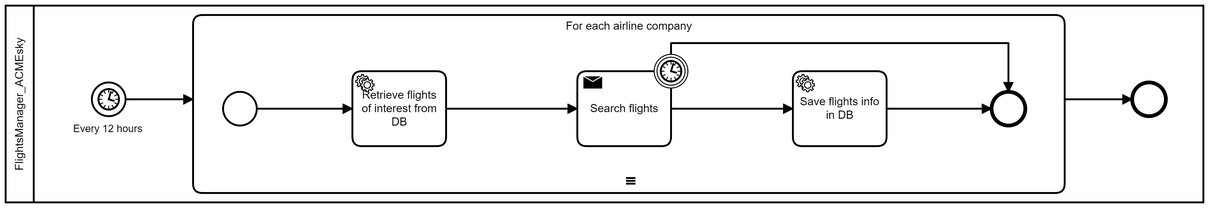
The BPMN diagram docs/bpmn/SearchFlights.png in Vallasc/ACMEsky, before a commit. Its source is kept beside it as docs/bpmn/SearchFlights.bpmn. Ids are renumbered. Source of this version:
```xml
<bpmn:definitions xmlns:bpmn="http://www.omg.org/spec/BPMN/20100524/MODEL" xmlns:bpmndi="http://www.omg.org/spec/BPMN/20100524/DI" xmlns:dc="http://www.omg.org/spec/DD/20100524/DC" xmlns:camunda="http://camunda.org/schema/1.0/bpmn" xmlns:di="http://www.omg.org/spec/DD/20100524/DI" xmlns:xsi="http://www.w3.org/2001/XMLSchema-instance" id="Definitions_n1" targetNamespace="http://bpmn.io/schema/bpmn" exporter="Camunda Modeler" exporterVersion="4.3.0">
  <bpmn:collaboration id="Collaboration_n2">
    <bpmn:participant id="Participant_n3" name="FlightsManager_ACMEsky" processRef="Process_n4" />
  </bpmn:collaboration>
  <bpmn:process id="Process_n4" isExecutable="true">
    <bpmn:endEvent id="Event_n5">
      <bpmn:incoming>Flow_n6</bpmn:incoming>
    </bpmn:endEvent>
    <bpmn:startEvent id="Event_n7" name="Every  12 hours">
      <bpmn:outgoing>Flow_n8</bpmn:outgoing>
      <bpmn:timerEventDefinition id="TimerEventDefinition_n9" />
    </bpmn:startEvent>
    <bpmn:subProcess id="Activity_n10" name="For each airline company">
      <bpmn:incoming>Flow_n8</bpmn:incoming>
      <bpmn:outgoing>Flow_n6</bpmn:outgoing>
      <bpmn:multiInstanceLoopCharacteristics isSequential="true" />
      <bpmn:startEvent id="Event_n11">
        <bpmn:outgoing>Flow_n12</bpmn:outgoing>
      </bpmn:startEvent>
      <bpmn:endEvent id="Event_n13">
        <bpmn:incoming>Flow_n14</bpmn:incoming>
        <bpmn:incoming>Flow_n15</bpmn:incoming>
      </bpmn:endEvent>
      <bpmn:sendTask id="Activity_n16" name="Search flights" camunda:class="">
        <bpmn:incoming>Flow_n17</bpmn:incoming>
        <bpmn:outgoing>Flow_n18</bpmn:outgoing>
      </bpmn:sendTask>
      <bpmn:serviceTask id="Activity_n19" name="Retrieve flights of interest from DB">
        <bpmn:incoming>Flow_n12</bpmn:incoming>
        <bpmn:outgoing>Flow_n17</bpmn:outgoing>
      </bpmn:serviceTask>
      <bpmn:serviceTask id="Activity_n20" name="Save flights info in DB">
        <bpmn:incoming>Flow_n18</bpmn:incoming>
        <bpmn:outgoing>Flow_n15</bpmn:outgoing>
        <bpmn:property id="Property_n21" name="__targetRef_placeholder" />
      </bpmn:serviceTask>
      <bpmn:boundaryEvent id="Event_n22" attachedToRef="Activity_n16">
        <bpmn:outgoing>Flow_n14</bpmn:outgoing>
        <bpmn:timerEventDefinition id="TimerEventDefinition_n23" />
      </bpmn:boundaryEvent>
      <bpmn:sequenceFlow id="Flow_n14" sourceRef="Event_n22" targetRef="Event_n13" />
      <bpmn:sequenceFlow id="Flow_n18" sourceRef="Activity_n16" targetRef="Activity_n20" />
      <bpmn:sequenceFlow id="Flow_n12" sourceRef="Event_n11" targetRef="Activity_n19" />
      <bpmn:sequenceFlow id="Flow_n17" sourceRef="Activity_n19" targetRef="Activity_n16" />
      <bpmn:sequenceFlow id="Flow_n15" sourceRef="Activity_n20" targetRef="Event_n13" />
    </bpmn:subProcess>
    <bpmn:sequenceFlow id="Flow_n6" sourceRef="Activity_n10" targetRef="Event_n5" />
    <bpmn:sequenceFlow id="Flow_n8" sourceRef="Event_n7" targetRef="Activity_n10" />
  </bpmn:process>
  <bpmndi:BPMNDiagram id="BPMNDiagram_1">
    <bpmndi:BPMNPlane id="BPMNPlane_1" bpmnElement="Collaboration_n2">
      <bpmndi:BPMNShape id="Participant_n3_di" bpmnElement="Participant_n3" isHorizontal="true">
        <dc:Bounds x="160" y="80" width="1278" height="210" />
      </bpmndi:BPMNShape>
      <bpmndi:BPMNEdge id="Flow_n6_di" bpmnElement="Flow_n6">
        <di:waypoint x="1290" y="180" />
        <di:waypoint x="1362" y="180" />
      </bpmndi:BPMNEdge>
      <bpmndi:BPMNEdge id="Flow_n8_di" bpmnElement="Flow_n8">
        <di:waypoint x="288" y="180" />
        <di:waypoint x="360" y="180" />
      </bpmndi:BPMNEdge>
      <bpmndi:BPMNShape id="Event_n5_di" bpmnElement="Event_n5">
        <dc:Bounds x="1362" y="162" width="36" height="36" />
      </bpmndi:BPMNShape>
      <bpmndi:BPMNShape id="Event_n7_di" bpmnElement="Event_n7">
        <dc:Bounds x="252" y="162" width="36" height="36" />
        <bpmndi:BPMNLabel>
          <dc:Bounds x="232" y="205" width="78" height="14" />
        </bpmndi:BPMNLabel>
      </bpmndi:BPMNShape>
      <bpmndi:BPMNShape id="Activity_n10_di" bpmnElement="Activity_n10" isExpanded="true">
        <dc:Bounds x="360" y="90" width="930" height="190" />
      </bpmndi:BPMNShape>
      <bpmndi:BPMNEdge id="Flow_n14_di" bpmnElement="Flow_n14">
        <di:waypoint x="870" y="132" />
        <di:waypoint x="870" y="120" />
        <di:waypoint x="1230" y="120" />
        <di:waypoint x="1230" y="172" />
      </bpmndi:BPMNEdge>
      <bpmndi:BPMNEdge id="Flow_n18_di" bpmnElement="Flow_n18">
        <di:waypoint x="870" y="190" />
        <di:waypoint x="1000" y="190" />
      </bpmndi:BPMNEdge>
      <bpmndi:BPMNEdge id="Flow_n12_di" bpmnElement="Flow_n12">
        <di:waypoint x="428" y="190" />
        <di:waypoint x="530" y="190" />
      </bpmndi:BPMNEdge>
      <bpmndi:BPMNEdge id="Flow_n17_di" bpmnElement="Flow_n17">
        <di:waypoint x="630" y="190" />
        <di:waypoint x="770" y="190" />
      </bpmndi:BPMNEdge>
      <bpmndi:BPMNEdge id="Flow_n15_di" bpmnElement="Flow_n15">
        <di:waypoint x="1100" y="190" />
        <di:waypoint x="1212" y="190" />
      </bpmndi:BPMNEdge>
      <bpmndi:BPMNShape id="Event_n11_di" bpmnElement="Event_n11">
        <dc:Bounds x="392" y="172" width="36" height="36" />
      </bpmndi:BPMNShape>
      <bpmndi:BPMNShape id="Event_n13_di" bpmnElement="Event_n13">
        <dc:Bounds x="1212" y="172" width="36" height="36" />
      </bpmndi:BPMNShape>
      <bpmndi:BPMNShape id="Activity_n16_di" bpmnElement="Activity_n16">
        <dc:Bounds x="770" y="150" width="100" height="80" />
      </bpmndi:BPMNShape>
      <bpmndi:BPMNShape id="Activity_n19_di" bpmnElement="Activity_n19">
        <dc:Bounds x="530" y="150" width="100" height="80" />
      </bpmndi:BPMNShape>
      <bpmndi:BPMNShape id="Activity_n20_di" bpmnElement="Activity_n20">
        <dc:Bounds x="1000" y="150" width="100" height="80" />
      </bpmndi:BPMNShape>
      <bpmndi:BPMNShape id="Event_n22_di" bpmnElement="Event_n22">
        <dc:Bounds x="852" y="132" width="36" height="36" />
      </bpmndi:BPMNShape>
    </bpmndi:BPMNPlane>
  </bpmndi:BPMNDiagram>
</bpmn:definitions>
```
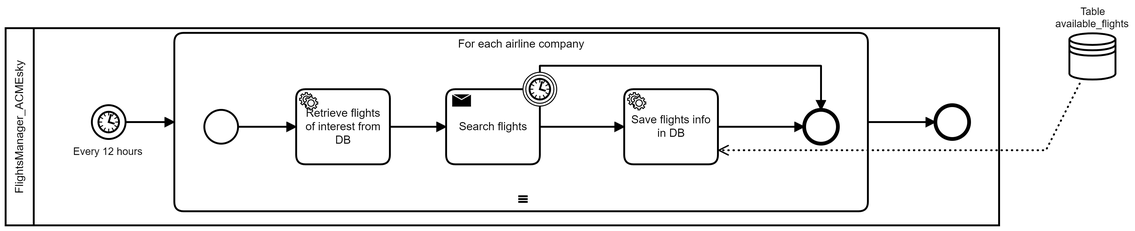
After the commit.

The edit, as a diff of the source:
```diff
@@ -3,13 +3,13 @@
     <bpmn:participant id="Participant_n3" name="FlightsManager_ACMEsky" processRef="Process_n4" />
   </bpmn:collaboration>
   <bpmn:process id="Process_n4" isExecutable="true">
-    <bpmn:endEvent id="Event_n5">
-      <bpmn:incoming>Flow_n6</bpmn:incoming>
-    </bpmn:endEvent>
     <bpmn:startEvent id="Event_n7" name="Every  12 hours">
       <bpmn:outgoing>Flow_n8</bpmn:outgoing>
       <bpmn:timerEventDefinition id="TimerEventDefinition_n9" />
     </bpmn:startEvent>
+    <bpmn:sequenceFlow id="Flow_n6" sourceRef="Activity_n10" targetRef="Event_n5" />
+    <bpmn:sequenceFlow id="Flow_n8" sourceRef="Event_n7" targetRef="Activity_n10" />
+    <bpmn:dataStoreReference id="DataStoreReference_n24" name="Table available_flights" />
     <bpmn:subProcess id="Activity_n10" name="For each airline company">
       <bpmn:incoming>Flow_n8</bpmn:incoming>
       <bpmn:outgoing>Flow_n6</bpmn:outgoing>
@@ -33,6 +33,10 @@
         <bpmn:incoming>Flow_n18</bpmn:incoming>
         <bpmn:outgoing>Flow_n15</bpmn:outgoing>
         <bpmn:property id="Property_n21" name="__targetRef_placeholder" />
+        <bpmn:dataInputAssociation id="DataInputAssociation_n25">
+          <bpmn:sourceRef>DataStoreReference_n24</bpmn:sourceRef>
+          <bpmn:targetRef>Property_n21</bpmn:targetRef>
+        </bpmn:dataInputAssociation>
       </bpmn:serviceTask>
       <bpmn:boundaryEvent id="Event_n22" attachedToRef="Activity_n16">
         <bpmn:outgoing>Flow_n14</bpmn:outgoing>
@@ -44,74 +48,86 @@
       <bpmn:sequenceFlow id="Flow_n17" sourceRef="Activity_n19" targetRef="Activity_n16" />
       <bpmn:sequenceFlow id="Flow_n15" sourceRef="Activity_n20" targetRef="Event_n13" />
     </bpmn:subProcess>
-    <bpmn:sequenceFlow id="Flow_n6" sourceRef="Activity_n10" targetRef="Event_n5" />
-    <bpmn:sequenceFlow id="Flow_n8" sourceRef="Event_n7" targetRef="Activity_n10" />
+    <bpmn:endEvent id="Event_n5">
+      <bpmn:incoming>Flow_n6</bpmn:incoming>
+    </bpmn:endEvent>
   </bpmn:process>
   <bpmndi:BPMNDiagram id="BPMNDiagram_1">
     <bpmndi:BPMNPlane id="BPMNPlane_1" bpmnElement="Collaboration_n2">
       <bpmndi:BPMNShape id="Participant_n3_di" bpmnElement="Participant_n3" isHorizontal="true">
-        <dc:Bounds x="160" y="80" width="1278" height="210" />
+        <dc:Bounds x="160" y="80" width="1060" height="210" />
       </bpmndi:BPMNShape>
-      <bpmndi:BPMNEdge id="Flow_n6_di" bpmnElement="Flow_n6">
-        <di:waypoint x="1290" y="180" />
-        <di:waypoint x="1362" y="180" />
-      </bpmndi:BPMNEdge>
       <bpmndi:BPMNEdge id="Flow_n8_di" bpmnElement="Flow_n8">
         <di:waypoint x="288" y="180" />
-        <di:waypoint x="360" y="180" />
+        <di:waypoint x="340" y="180" />
       </bpmndi:BPMNEdge>
-      <bpmndi:BPMNShape id="Event_n5_di" bpmnElement="Event_n5">
-        <dc:Bounds x="1362" y="162" width="36" height="36" />
-      </bpmndi:BPMNShape>
+      <bpmndi:BPMNEdge id="Flow_n6_di" bpmnElement="Flow_n6">
+        <di:waypoint x="1080" y="180" />
+        <di:waypoint x="1152" y="180" />
+      </bpmndi:BPMNEdge>
       <bpmndi:BPMNShape id="Event_n7_di" bpmnElement="Event_n7">
         <dc:Bounds x="252" y="162" width="36" height="36" />
         <bpmndi:BPMNLabel>
           <dc:Bounds x="232" y="205" width="78" height="14" />
         </bpmndi:BPMNLabel>
       </bpmndi:BPMNShape>
+      <bpmndi:BPMNShape id="Event_n5_di" bpmnElement="Event_n5">
+        <dc:Bounds x="1152" y="162" width="36" height="36" />
+      </bpmndi:BPMNShape>
       <bpmndi:BPMNShape id="Activity_n10_di" bpmnElement="Activity_n10" isExpanded="true">
-        <dc:Bounds x="360" y="90" width="930" height="190" />
+        <dc:Bounds x="340" y="85" width="740" height="190" />
       </bpmndi:BPMNShape>
-      <bpmndi:BPMNEdge id="Flow_n14_di" bpmnElement="Flow_n14">
-        <di:waypoint x="870" y="132" />
-        <di:waypoint x="870" y="120" />
-        <di:waypoint x="1230" y="120" />
-        <di:waypoint x="1230" y="172" />
+      <bpmndi:BPMNEdge id="Flow_n15_di" bpmnElement="Flow_n15">
+        <di:waypoint x="920" y="185" />
+        <di:waypoint x="1012" y="185" />
+      </bpmndi:BPMNEdge>
+      <bpmndi:BPMNEdge id="Flow_n17_di" bpmnElement="Flow_n17">
+        <di:waypoint x="570" y="185" />
+        <di:waypoint x="630" y="185" />
+      </bpmndi:BPMNEdge>
+      <bpmndi:BPMNEdge id="Flow_n12_di" bpmnElement="Flow_n12">
+        <di:waypoint x="408" y="185" />
+        <di:waypoint x="470" y="185" />
       </bpmndi:BPMNEdge>
       <bpmndi:BPMNEdge id="Flow_n18_di" bpmnElement="Flow_n18">
-        <di:waypoint x="870" y="190" />
-        <di:waypoint x="1000" y="190" />
+        <di:waypoint x="730" y="185" />
+        <di:waypoint x="820" y="185" />
       </bpmndi:BPMNEdge>
-      <bpmndi:BPMNEdge id="Flow_n12_di" bpmnElement="Flow_n12">
-        <di:waypoint x="428" y="190" />
-        <di:waypoint x="530" y="190" />
-      </bpmndi:BPMNEdge>
-      <bpmndi:BPMNEdge id="Flow_n17_di" bpmnElement="Flow_n17">
-        <di:waypoint x="630" y="190" />
-        <di:waypoint x="770" y="190" />
-      </bpmndi:BPMNEdge>
-      <bpmndi:BPMNEdge id="Flow_n15_di" bpmnElement="Flow_n15">
-        <di:waypoint x="1100" y="190" />
-        <di:waypoint x="1212" y="190" />
+      <bpmndi:BPMNEdge id="Flow_n14_di" bpmnElement="Flow_n14">
+        <di:waypoint x="730" y="127" />
+        <di:waypoint x="730" y="120" />
+        <di:waypoint x="1030" y="120" />
+        <di:waypoint x="1030" y="167" />
       </bpmndi:BPMNEdge>
       <bpmndi:BPMNShape id="Event_n11_di" bpmnElement="Event_n11">
-        <dc:Bounds x="392" y="172" width="36" height="36" />
+        <dc:Bounds x="372" y="167" width="36" height="36" />
+      </bpmndi:BPMNShape>
+      <bpmndi:BPMNShape id="Activity_n19_di" bpmnElement="Activity_n19">
+        <dc:Bounds x="470" y="145" width="100" height="80" />
+      </bpmndi:BPMNShape>
+      <bpmndi:BPMNShape id="Activity_n16_di" bpmnElement="Activity_n16">
+        <dc:Bounds x="630" y="145" width="100" height="80" />
+      </bpmndi:BPMNShape>
+      <bpmndi:BPMNShape id="Activity_n20_di" bpmnElement="Activity_n20">
+        <dc:Bounds x="820" y="145" width="100" height="80" />
       </bpmndi:BPMNShape>
       <bpmndi:BPMNShape id="Event_n13_di" bpmnElement="Event_n13">
-        <dc:Bounds x="1212" y="172" width="36" height="36" />
-      </bpmndi:BPMNShape>
-      <bpmndi:BPMNShape id="Activity_n16_di" bpmnElement="Activity_n16">
-        <dc:Bounds x="770" y="150" width="100" height="80" />
-      </bpmndi:BPMNShape>
-      <bpmndi:BPMNShape id="Activity_n19_di" bpmnElement="Activity_n19">
-        <dc:Bounds x="530" y="150" width="100" height="80" />
-      </bpmndi:BPMNShape>
-      <bpmndi:BPMNShape id="Activity_n20_di" bpmnElement="Activity_n20">
-        <dc:Bounds x="1000" y="150" width="100" height="80" />
+        <dc:Bounds x="1012" y="167" width="36" height="36" />
       </bpmndi:BPMNShape>
       <bpmndi:BPMNShape id="Event_n22_di" bpmnElement="Event_n22">
-        <dc:Bounds x="852" y="132" width="36" height="36" />
+        <dc:Bounds x="712" y="127" width="36" height="36" />
       </bpmndi:BPMNShape>
+      <bpmndi:BPMNShape id="DataStoreReference_n24_di" bpmnElement="DataStoreReference_n24">
+        <dc:Bounds x="1295" y="85" width="50" height="50" />
+        <bpmndi:BPMNLabel>
+          <dc:Bounds x="1280" y="56" width="79" height="27" />
+        </bpmndi:BPMNLabel>
+      </bpmndi:BPMNShape>
+      <bpmndi:BPMNEdge id="DataInputAssociation_n25_di" bpmnElement="DataInputAssociation_n25">
+        <di:waypoint x="1308" y="135" />
+        <di:waypoint x="1270" y="210" />
+        <di:waypoint x="920" y="210" />
+      </bpmndi:BPMNEdge>
     </bpmndi:BPMNPlane>
   </bpmndi:BPMNDiagram>
 </bpmn:definitions>
```
